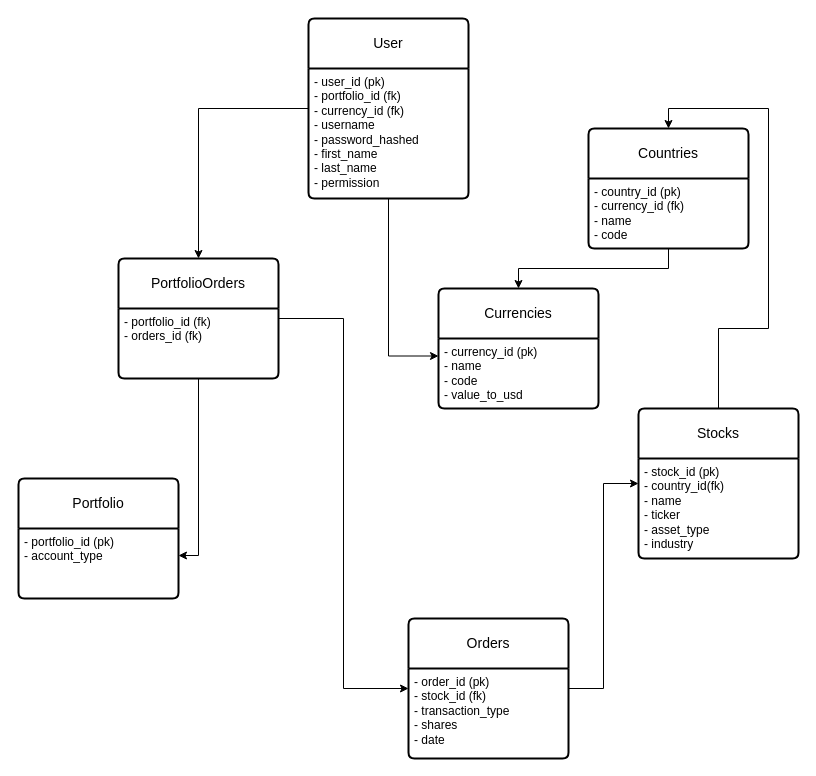
chaseltb/full-stack-stock-app keeps this draw.io diagram as ERD.drawio. Above is the earlier version. Source tidied: cells renumbered, new cells numbered last; positions are measured from the earlier drawing's top-left corner, leaving out a move shared by most shapes. Both pictures are drawn from the tidied source at 100%, with x=0, y=0 at pixel (18, 18).
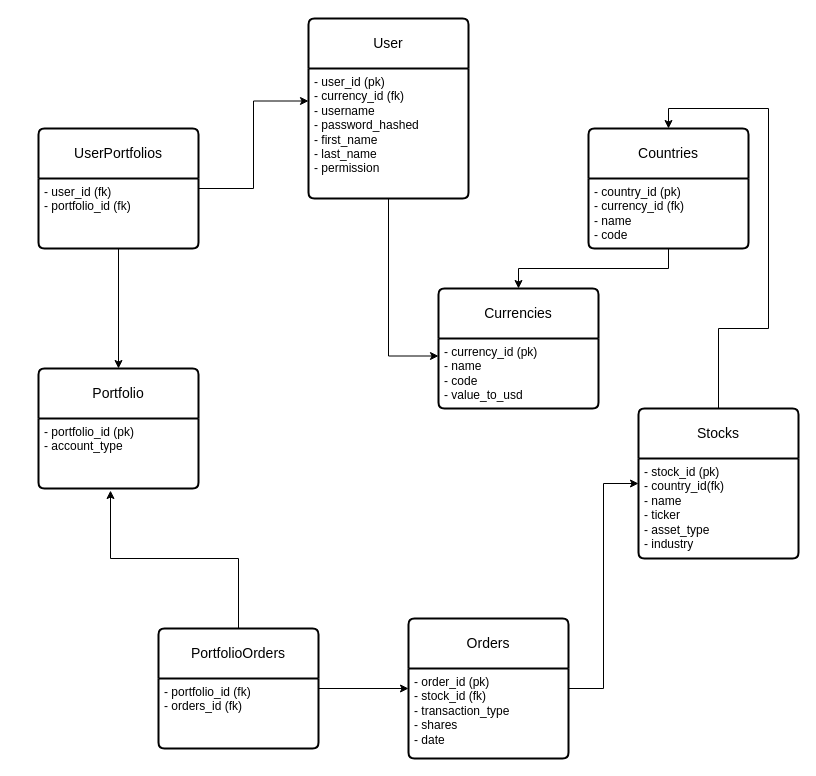
The same diagram, later.

Unchanged cells that the change refers to:
```xml
<mxCell id="4" value="User" style="swimlane;horizontal=1;startSize=50;rounded=1;fontSize=14;fontStyle=0;strokeWidth=2;shadow=0;dashed=0;align=center;arcSize=4;whiteSpace=wrap;html=1;" parent="1" vertex="1">
  <mxGeometry x="290" width="160" height="180" as="geometry" />
</mxCell>
<mxCell id="17" value="- portfolio_id (pk)&lt;div&gt;- account_type&lt;/div&gt;" style="align=left;strokeColor=none;fillColor=none;spacingLeft=4;spacingRight=4;fontSize=12;verticalAlign=top;html=1;whiteSpace=wrap;" parent="16" vertex="1">
  <mxGeometry y="50" width="160" height="70" as="geometry" />
</mxCell>
<mxCell id="20" value="- portfolio_id (fk)&lt;div&gt;- orders_id (fk)&lt;/div&gt;" style="align=left;strokeColor=none;fillColor=none;spacingLeft=4;spacingRight=4;fontSize=12;verticalAlign=top;html=1;whiteSpace=wrap;" parent="19" vertex="1">
  <mxGeometry y="50" width="160" height="70" as="geometry" />
</mxCell>
```

What changed in the source:
```diff
@@
-    <mxCell id="3" style="edgeStyle=orthogonalEdgeStyle;rounded=0;jettySize=auto;html=1;" parent="1" edge="1" source="4" target="19">
-      <mxGeometry relative="1" as="geometry" />
-    </mxCell>
@@
-    <mxCell id="5" value="- user_id (pk)&lt;div&gt;- portfolio_id (fk)&lt;br&gt;&lt;div&gt;- currency_id (fk)&lt;/div&gt;&lt;div&gt;- username&lt;/div&gt;&lt;div&gt;- password_hashed&lt;/div&gt;&lt;div&gt;- first_name&lt;/div&gt;&lt;div&gt;- last_name&lt;/div&gt;&lt;div&gt;- permission&lt;/div&gt;&lt;/div&gt;" style="align=left;strokeColor=none;fillColor=none;spacingLeft=4;spacingRight=4;fontSize=12;verticalAlign=top;html=1;whiteSpace=wrap;" parent="4" vertex="1">
+    <mxCell id="5" value="- user_id (pk)&lt;div&gt;&lt;div&gt;- currency_id (fk)&lt;/div&gt;&lt;div&gt;- username&lt;/div&gt;&lt;div&gt;- password_hashed&lt;/div&gt;&lt;div&gt;- first_name&lt;/div&gt;&lt;div&gt;- last_name&lt;/div&gt;&lt;div&gt;- permission&lt;/div&gt;&lt;/div&gt;" style="align=left;strokeColor=none;fillColor=none;spacingLeft=4;spacingRight=4;fontSize=12;verticalAlign=top;html=1;whiteSpace=wrap;" parent="4" vertex="1">
       <mxGeometry y="50" width="160" height="130" as="geometry" />
     </mxCell>
@@
     <mxCell id="16" value="Portfolio" style="swimlane;horizontal=1;startSize=50;rounded=1;fontSize=14;fontStyle=0;strokeWidth=2;shadow=0;dashed=0;align=center;arcSize=4;whiteSpace=wrap;html=1;" parent="1" vertex="1">
-      <mxGeometry y="460" width="160" height="120" as="geometry" />
+      <mxGeometry x="20" y="350" width="160" height="120" as="geometry" />
     </mxCell>
@@
     <mxCell id="19" value="PortfolioOrders" style="swimlane;horizontal=1;startSize=50;rounded=1;fontSize=14;fontStyle=0;strokeWidth=2;shadow=0;dashed=0;align=center;arcSize=4;whiteSpace=wrap;html=1;" parent="1" vertex="1">
-      <mxGeometry x="100" y="240" width="160" height="120" as="geometry" />
+      <mxGeometry x="140" y="610" width="160" height="120" as="geometry" />
     </mxCell>
@@
-    <mxCell id="22" style="edgeStyle=orthogonalEdgeStyle;rounded=0;jettySize=auto;html=1;entryX=1;entryY=0.386;entryDx=0;entryDy=0;entryPerimeter=0;" parent="1" edge="1" source="20" target="17">
-      <mxGeometry relative="1" as="geometry" />
-    </mxCell>
+    <mxCell id="23" style="edgeStyle=orthogonalEdgeStyle;rounded=0;jettySize=auto;html=1;entryX=0.45;entryY=1.029;entryDx=0;entryDy=0;entryPerimeter=0;" parent="1" edge="1" source="19" target="17">
+      <mxGeometry relative="1" as="geometry" />
+    </mxCell>
+    <mxCell id="24" style="edgeStyle=orthogonalEdgeStyle;rounded=0;jettySize=auto;html=1;entryX=0;entryY=0.25;entryDx=0;entryDy=0;" parent="1" edge="1" source="25" target="5">
+      <mxGeometry relative="1" as="geometry" />
+    </mxCell>
+    <mxCell id="25" value="UserPortfolios" style="swimlane;horizontal=1;startSize=50;rounded=1;fontSize=14;fontStyle=0;strokeWidth=2;shadow=0;dashed=0;align=center;arcSize=4;whiteSpace=wrap;html=1;" parent="1" vertex="1">
+      <mxGeometry x="20" y="110" width="160" height="120" as="geometry" />
+    </mxCell>
+    <mxCell id="26" value="&lt;div&gt;- user_id (fk)&lt;/div&gt;- portfolio_id (fk)" style="align=left;strokeColor=none;fillColor=none;spacingLeft=4;spacingRight=4;fontSize=12;verticalAlign=top;html=1;whiteSpace=wrap;" parent="25" vertex="1">
+      <mxGeometry y="50" width="160" height="70" as="geometry" />
+    </mxCell>
+    <mxCell id="27" style="edgeStyle=orthogonalEdgeStyle;rounded=0;jettySize=auto;html=1;entryX=0.5;entryY=0;entryDx=0;entryDy=0;" parent="1" edge="1" source="26" target="16">
+      <mxGeometry relative="1" as="geometry" />
+    </mxCell>
```
